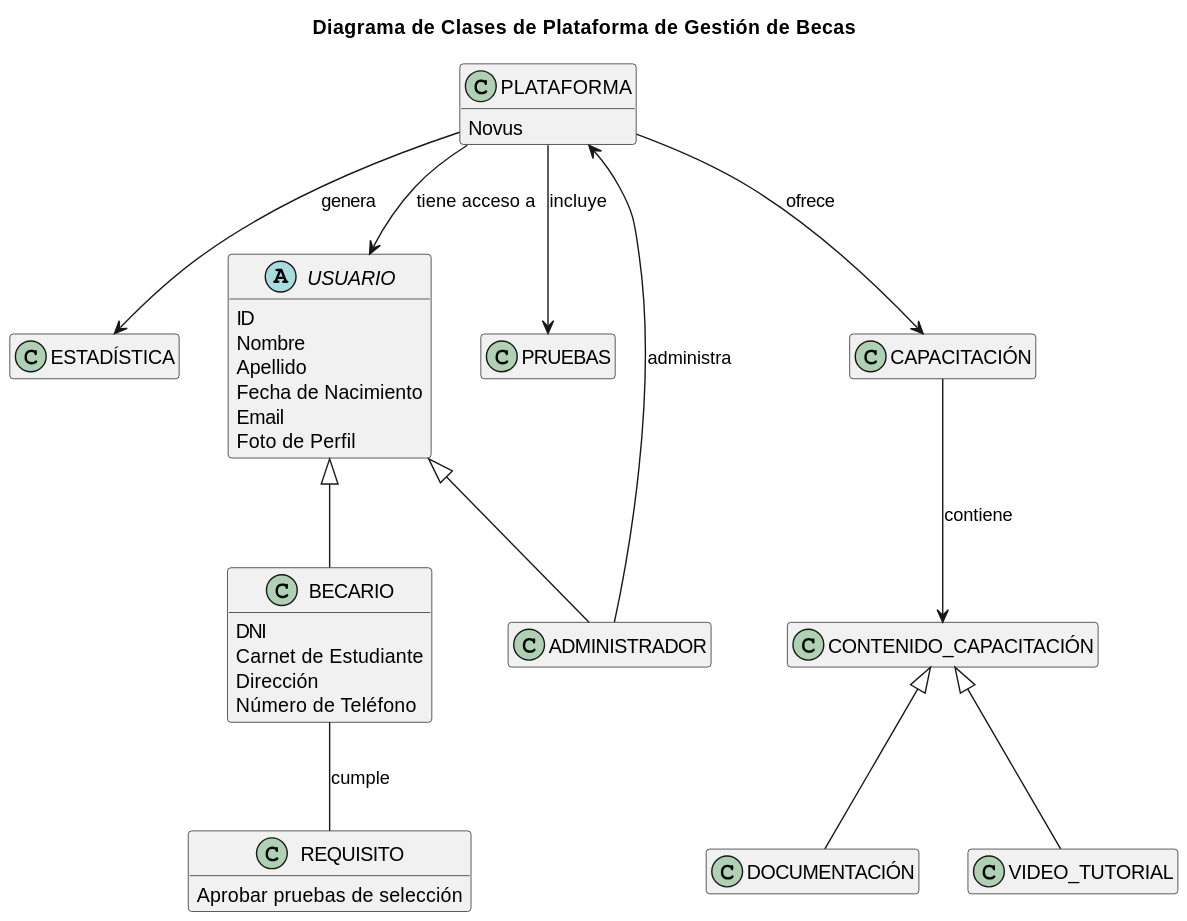
Above: documentos/imagenes/modelo_del_dominio/Diagrama_de_Clases_Beca.svg in mmasias/24-25-IdSw1-SDR (PlantUML), before the change.
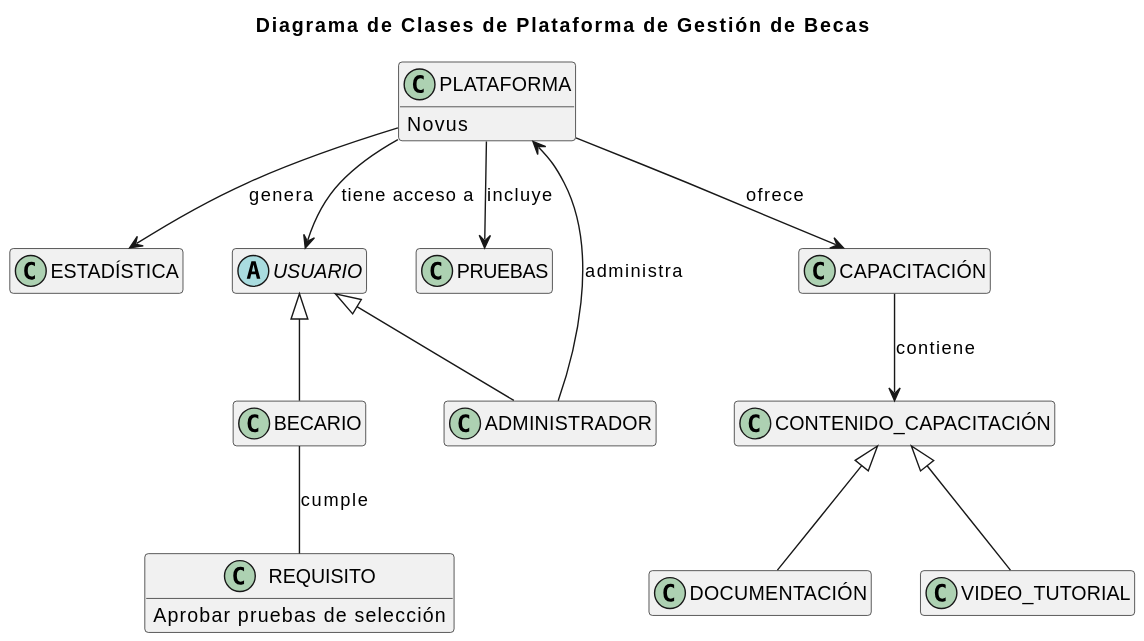
After the commit.

Commit message:
feat: Add use case diagrams and actor descriptions to documentation

Change to the diagram source:
```diff
@@ -7,16 +7,11 @@
   Novus
 }
 
+
 class ESTADÍSTICA {
 }
 
 abstract class USUARIO {
-  ID
-  Nombre
-  Apellido
-  Fecha de Nacimiento
-  Email
-  Foto de Perfil
 }
 
 class ADMINISTRADOR {
@@ -38,10 +33,6 @@
 }
 
 class BECARIO {
-  DNI
-  Carnet de Estudiante
-  Dirección
-  Número de Teléfono
 }
 
 class REQUISITO
```
